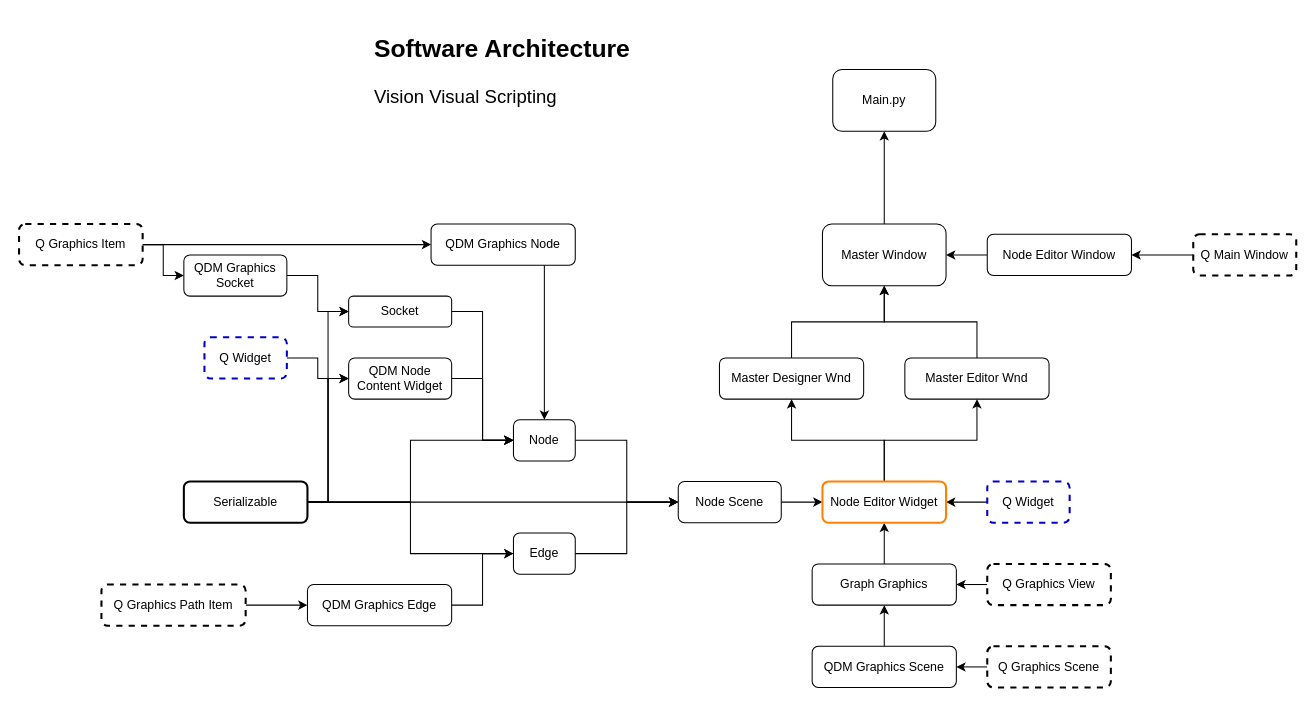
Earlier version of the draw.io diagram VVS Architecture.drawio (Sheriff99yt/Vision_Visual_Scripting). Source tidied: cells renumbered, new cells numbered last; positions are measured from the earlier drawing's top-left corner, leaving out a move shared by most shapes. Both pictures are drawn from the tidied source at 103%, with x=0, y=0 at pixel (19, 28).
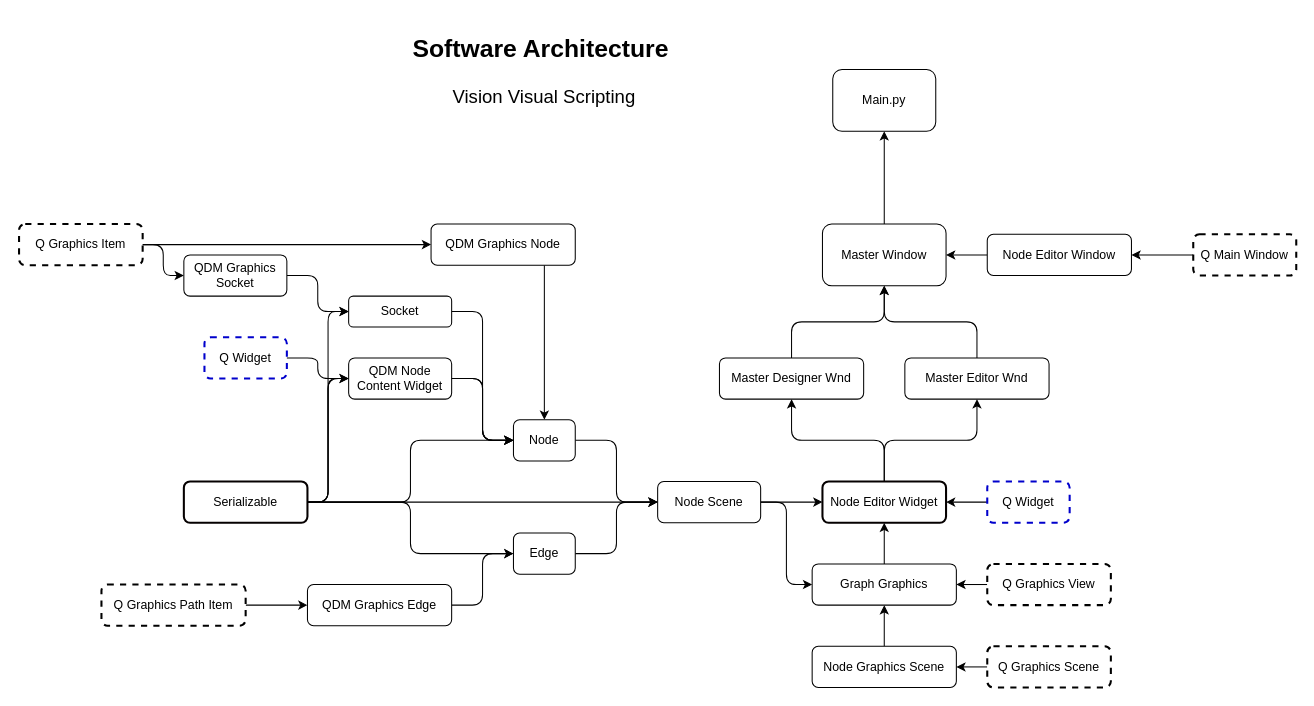
Above is the later version.

The change refers to these unchanged cells:
```xml
<mxCell id="4" value="Main.py" style="rounded=1;whiteSpace=wrap;html=1;strokeWidth=1;" parent="1" vertex="1">
  <mxGeometry x="790" y="40" width="100" height="60" as="geometry" />
</mxCell>
<mxCell id="6" value="Master Window" style="whiteSpace=wrap;html=1;rounded=1;strokeWidth=1;" parent="1" vertex="1">
  <mxGeometry x="780" y="190" width="120" height="60" as="geometry" />
</mxCell>
<mxCell id="8" value="Node Editor Window" style="whiteSpace=wrap;html=1;rounded=1;strokeWidth=1;" parent="1" vertex="1">
  <mxGeometry x="940" y="200" width="140" height="40" as="geometry" />
</mxCell>
<mxCell id="9" value="Q Main Window" style="whiteSpace=wrap;html=1;rounded=1;strokeWidth=2;dashed=1;" parent="1" vertex="1">
  <mxGeometry x="1140" y="200" width="100" height="40" as="geometry" />
</mxCell>
<mxCell id="16" value="Q Widget" style="whiteSpace=wrap;html=1;rounded=1;strokeWidth=2;dashed=1;strokeColor=#0000CC;" parent="1" vertex="1">
  <mxGeometry x="180" y="300" width="80" height="40" as="geometry" />
</mxCell>
<mxCell id="22" value="Graph Graphics" style="whiteSpace=wrap;html=1;rounded=1;strokeWidth=1;" parent="1" vertex="1">
  <mxGeometry x="770" y="520" width="140" height="40" as="geometry" />
</mxCell>
<mxCell id="23" value="Serializable" style="whiteSpace=wrap;html=1;rounded=1;strokeWidth=2;strokeColor=#050000;" parent="1" vertex="1">
  <mxGeometry x="160" y="440" width="120" height="40" as="geometry" />
</mxCell>
<mxCell id="24" value="Q Graphics View" style="whiteSpace=wrap;html=1;rounded=1;strokeWidth=2;dashed=1;" parent="1" vertex="1">
  <mxGeometry x="940" y="520" width="120" height="40" as="geometry" />
</mxCell>
<mxCell id="32" value="Node" style="whiteSpace=wrap;html=1;rounded=1;strokeWidth=1;" parent="1" vertex="1">
  <mxGeometry x="480" y="380" width="60" height="40" as="geometry" />
</mxCell>
<mxCell id="34" value="QDM Graphics Node" style="rounded=1;whiteSpace=wrap;html=1;strokeWidth=1;" parent="1" vertex="1">
  <mxGeometry x="400" y="190" width="140" height="40" as="geometry" />
</mxCell>
<mxCell id="39" value="Socket" style="rounded=1;whiteSpace=wrap;html=1;strokeWidth=1;" parent="1" vertex="1">
  <mxGeometry x="320" y="260" width="100" height="30" as="geometry" />
</mxCell>
<mxCell id="40" value="Q Graphics Item" style="whiteSpace=wrap;html=1;rounded=1;strokeWidth=2;dashed=1;" parent="1" vertex="1">
  <mxGeometry y="190" width="120" height="40" as="geometry" />
</mxCell>
<mxCell id="42" value="QDM Graphics Socket" style="whiteSpace=wrap;html=1;rounded=1;strokeWidth=1;" parent="1" vertex="1">
  <mxGeometry x="160" y="220" width="100" height="40" as="geometry" />
</mxCell>
<mxCell id="46" value="Edge" style="whiteSpace=wrap;html=1;rounded=1;strokeWidth=1;" parent="1" vertex="1">
  <mxGeometry x="480" y="490" width="60" height="40" as="geometry" />
</mxCell>
<mxCell id="48" value="QDM Graphics Edge" style="whiteSpace=wrap;html=1;rounded=1;strokeWidth=1;" parent="1" vertex="1">
  <mxGeometry x="280" y="540" width="140" height="40" as="geometry" />
</mxCell>
<mxCell id="49" value="Q Graphics Path Item" style="whiteSpace=wrap;html=1;rounded=1;strokeWidth=2;dashed=1;" parent="1" vertex="1">
  <mxGeometry x="80" y="540" width="140" height="40" as="geometry" />
</mxCell>
<mxCell id="50" value="Q Widget" style="whiteSpace=wrap;html=1;rounded=1;strokeWidth=2;dashed=1;strokeColor=#0000CC;" parent="1" vertex="1">
  <mxGeometry x="940" y="440" width="80" height="40" as="geometry" />
</mxCell>
<mxCell id="51" value="QDM Node Content Widget" style="rounded=1;whiteSpace=wrap;html=1;strokeWidth=1;" parent="1" vertex="1">
  <mxGeometry x="320" y="320" width="100" height="40" as="geometry" />
</mxCell>
<mxCell id="53" value="Q Graphics Scene" style="whiteSpace=wrap;html=1;rounded=1;strokeWidth=2;dashed=1;" parent="1" vertex="1">
  <mxGeometry x="940" y="600" width="120" height="40" as="geometry" />
</mxCell>
<mxCell id="55" value="Master Editor Wnd" style="rounded=1;whiteSpace=wrap;html=1;" parent="1" vertex="1">
  <mxGeometry x="860" y="320" width="140" height="40" as="geometry" />
</mxCell>
<mxCell id="57" value="Master Designer Wnd" style="rounded=1;whiteSpace=wrap;html=1;" parent="1" vertex="1">
  <mxGeometry x="680" y="320" width="140" height="40" as="geometry" />
</mxCell>
```

What changed in the source:
```diff
@@
-    <mxCell id="2" value="&lt;h1&gt;Software Architecture&amp;nbsp;&lt;/h1&gt;&lt;h1&gt;&lt;font style=&quot;font-size: 18px ; font-weight: normal&quot;&gt;Vision Visual Scripting&lt;/font&gt;&lt;/h1&gt;" style="text;html=1;strokeColor=none;fillColor=none;spacing=5;spacingTop=-20;whiteSpace=wrap;overflow=hidden;rounded=0;strokeWidth=1;" parent="1" vertex="1">
+    <mxCell id="2" value="&lt;h1&gt;Software Architecture&amp;nbsp;&lt;/h1&gt;&lt;h1&gt;&lt;font style=&quot;font-size: 18px ; font-weight: normal&quot;&gt;Vision Visual Scripting&lt;/font&gt;&lt;/h1&gt;" style="text;html=1;strokeColor=none;fillColor=none;spacing=5;spacingTop=-20;whiteSpace=wrap;overflow=hidden;rounded=0;strokeWidth=1;align=center;" parent="1" vertex="1">
       <mxGeometry x="340" width="340" height="110" as="geometry" />
     </mxCell>
-    <mxCell id="3" style="rounded=0;jettySize=auto;html=1;endArrow=none;endFill=0;startArrow=classic;startFill=1;strokeWidth=1;" parent="1" edge="1" source="4" target="6">
+    <mxCell id="3" style="jettySize=auto;html=1;endArrow=none;endFill=0;startArrow=classic;startFill=1;strokeWidth=1;jumpStyle=none;rounded=1;jumpSize=6;startSize=6;endSize=6;" parent="1" edge="1" source="4" target="6">
       <mxGeometry relative="1" as="geometry" />
     </mxCell>
@@
-    <mxCell id="5" style="rounded=0;jettySize=auto;html=1;jumpSize=6;jumpStyle=none;targetPerimeterSpacing=0;strokeWidth=1;" parent="1" edge="1" source="8" target="6">
-      <mxGeometry relative="1" as="geometry" />
-    </mxCell>
@@
-    <mxCell id="7" style="rounded=0;jettySize=auto;html=1;startArrow=classic;startFill=1;endArrow=none;endFill=0;strokeWidth=1;edgeStyle=elbowEdgeStyle;" parent="1" edge="1" source="8" target="9">
+    <mxCell id="7" style="jettySize=auto;html=1;startArrow=classic;startFill=1;endArrow=none;endFill=0;strokeWidth=1;edgeStyle=elbowEdgeStyle;jumpStyle=none;rounded=1;jumpSize=6;startSize=6;endSize=6;" parent="1" edge="1" source="8" target="9">
       <mxGeometry relative="1" as="geometry" />
     </mxCell>
+    <mxCell id="5" style="edgeStyle=elbowEdgeStyle;jettySize=auto;html=1;fontSize=18;endArrow=classic;endFill=1;jumpStyle=none;rounded=1;jumpSize=6;startSize=6;endSize=6;" parent="1" edge="1" source="8" target="6">
+      <mxGeometry relative="1" as="geometry" />
+    </mxCell>
@@
-    <mxCell id="10" style="rounded=0;jettySize=auto;html=1;startArrow=classic;startFill=1;endArrow=none;endFill=0;strokeWidth=1;edgeStyle=elbowEdgeStyle;" parent="1" edge="1" source="15" target="19">
+    <mxCell id="10" style="jettySize=auto;html=1;startArrow=classic;startFill=1;endArrow=none;endFill=0;strokeWidth=1;edgeStyle=elbowEdgeStyle;jumpStyle=none;rounded=1;jumpSize=6;startSize=6;endSize=6;" parent="1" edge="1" source="15" target="19">
       <mxGeometry relative="1" as="geometry" />
     </mxCell>
-    <mxCell id="11" style="rounded=0;jettySize=auto;html=1;startArrow=classic;startFill=1;endArrow=none;endFill=0;strokeWidth=1;" parent="1" edge="1" source="15" target="22">
+    <mxCell id="11" style="jettySize=auto;html=1;startArrow=classic;startFill=1;endArrow=none;endFill=0;strokeWidth=1;jumpStyle=none;rounded=1;jumpSize=6;startSize=6;endSize=6;" parent="1" edge="1" source="15" target="22">
       <mxGeometry relative="1" as="geometry" />
     </mxCell>
-    <mxCell id="12" style="edgeStyle=elbowEdgeStyle;rounded=0;jumpStyle=none;jumpSize=6;jettySize=auto;html=1;startArrow=classic;startFill=1;endArrow=none;endFill=0;targetPerimeterSpacing=0;strokeWidth=1;" parent="1" edge="1" source="15" target="50">
+    <mxCell id="12" style="edgeStyle=elbowEdgeStyle;jumpStyle=none;jumpSize=6;jettySize=auto;html=1;startArrow=classic;startFill=1;endArrow=none;endFill=0;targetPerimeterSpacing=0;strokeWidth=1;rounded=1;startSize=6;endSize=6;" parent="1" edge="1" source="15" target="50">
       <mxGeometry relative="1" as="geometry" />
     </mxCell>
-    <mxCell id="13" style="edgeStyle=elbowEdgeStyle;rounded=0;jettySize=auto;elbow=vertical;html=1;fontSize=18;endArrow=classic;endFill=1;" parent="1" edge="1" source="15" target="57">
+    <mxCell id="13" style="edgeStyle=elbowEdgeStyle;jettySize=auto;elbow=vertical;html=1;fontSize=18;endArrow=classic;endFill=1;jumpStyle=none;rounded=1;jumpSize=6;startSize=6;endSize=6;" parent="1" edge="1" source="15" target="57">
       <mxGeometry relative="1" as="geometry" />
     </mxCell>
-    <mxCell id="14" style="edgeStyle=elbowEdgeStyle;rounded=0;jettySize=auto;elbow=vertical;html=1;fontSize=18;endArrow=classic;endFill=1;" parent="1" edge="1" source="15" target="55">
+    <mxCell id="14" style="edgeStyle=elbowEdgeStyle;jettySize=auto;elbow=vertical;html=1;fontSize=18;endArrow=classic;endFill=1;jumpStyle=none;rounded=1;jumpSize=6;startSize=6;endSize=6;" parent="1" edge="1" source="15" target="55">
       <mxGeometry relative="1" as="geometry" />
     </mxCell>
-    <mxCell id="15" value="Node Editor Widget" style="whiteSpace=wrap;html=1;rounded=1;strokeWidth=2;strokeColor=#FF8000;" parent="1" vertex="1">
+    <mxCell id="15" value="Node Editor Widget" style="whiteSpace=wrap;html=1;rounded=1;strokeWidth=2;strokeColor=#050000;" parent="1" vertex="1">
       <mxGeometry x="780" y="440" width="120" height="40" as="geometry" />
     </mxCell>
@@
-    <mxCell id="17" style="edgeStyle=elbowEdgeStyle;rounded=0;jumpStyle=none;jumpSize=6;jettySize=auto;html=1;startArrow=classic;startFill=1;endArrow=none;endFill=0;endSize=12;targetPerimeterSpacing=0;strokeWidth=1;" parent="1" edge="1" source="19" target="32">
+    <mxCell id="17" style="edgeStyle=elbowEdgeStyle;jumpStyle=none;jumpSize=6;jettySize=auto;html=1;startArrow=classic;startFill=1;endArrow=none;endFill=0;endSize=6;targetPerimeterSpacing=0;strokeWidth=1;rounded=1;startSize=6;" parent="1" edge="1" source="19" target="32">
       <mxGeometry relative="1" as="geometry" />
     </mxCell>
-    <mxCell id="18" style="edgeStyle=elbowEdgeStyle;rounded=0;jumpStyle=none;jumpSize=6;jettySize=auto;html=1;startArrow=classic;startFill=1;endArrow=none;endFill=0;targetPerimeterSpacing=0;strokeWidth=1;" parent="1" edge="1" source="19" target="23">
+    <mxCell id="18" style="edgeStyle=elbowEdgeStyle;jumpStyle=none;jumpSize=6;jettySize=auto;html=1;startArrow=classic;startFill=1;endArrow=none;endFill=0;targetPerimeterSpacing=0;strokeWidth=1;rounded=1;startSize=6;endSize=6;" parent="1" edge="1" source="19" target="23">
       <mxGeometry relative="1" as="geometry" />
     </mxCell>
+    <mxCell id="58" style="edgeStyle=elbowEdgeStyle;jettySize=auto;html=1;fontSize=18;endArrow=classic;endFill=1;jumpStyle=none;rounded=1;jumpSize=6;startSize=6;endSize=6;" parent="1" edge="1" source="19" target="22">
+      <mxGeometry relative="1" as="geometry" />
+    </mxCell>
     <mxCell id="19" value="Node Scene" style="whiteSpace=wrap;html=1;rounded=1;strokeWidth=1;" parent="1" vertex="1">
-      <mxGeometry x="640" y="440" width="100" height="40" as="geometry" />
+      <mxGeometry x="620" y="440" width="100" height="40" as="geometry" />
     </mxCell>
-    <mxCell id="20" style="rounded=0;jettySize=auto;html=1;startArrow=classic;startFill=1;endArrow=none;endFill=0;strokeWidth=1;" parent="1" edge="1" source="22" target="24">
+    <mxCell id="20" style="jettySize=auto;html=1;startArrow=classic;startFill=1;endArrow=none;endFill=0;strokeWidth=1;jumpStyle=none;rounded=1;jumpSize=6;startSize=6;endSize=6;" parent="1" edge="1" source="22" target="24">
       <mxGeometry relative="1" as="geometry" />
     </mxCell>
-    <mxCell id="21" style="rounded=0;jettySize=auto;html=1;startArrow=classic;startFill=1;endArrow=none;endFill=0;strokeWidth=1;" parent="1" edge="1" source="22" target="26">
+    <mxCell id="21" style="jettySize=auto;html=1;startArrow=classic;startFill=1;endArrow=none;endFill=0;strokeWidth=1;jumpStyle=none;rounded=1;jumpSize=6;startSize=6;endSize=6;" parent="1" edge="1" source="22" target="26">
       <mxGeometry relative="1" as="geometry" />
     </mxCell>
@@
-    <mxCell id="25" style="edgeStyle=elbowEdgeStyle;rounded=0;jumpStyle=none;jumpSize=6;jettySize=auto;html=1;startArrow=classic;startFill=1;endArrow=none;endFill=0;targetPerimeterSpacing=0;strokeWidth=1;" parent="1" edge="1" source="26" target="53">
+    <mxCell id="25" style="edgeStyle=elbowEdgeStyle;jumpStyle=none;jumpSize=6;jettySize=auto;html=1;startArrow=classic;startFill=1;endArrow=none;endFill=0;targetPerimeterSpacing=0;strokeWidth=1;rounded=1;startSize=6;endSize=6;" parent="1" edge="1" source="26" target="53">
       <mxGeometry relative="1" as="geometry" />
     </mxCell>
-    <mxCell id="26" value="QDM Graphics Scene" style="whiteSpace=wrap;html=1;rounded=1;strokeWidth=1;" parent="1" vertex="1">
+    <mxCell id="26" value="Node Graphics Scene" style="whiteSpace=wrap;html=1;rounded=1;strokeWidth=1;" parent="1" vertex="1">
       <mxGeometry x="770" y="600" width="140" height="40" as="geometry" />
     </mxCell>
-    <mxCell id="27" style="rounded=0;jumpStyle=none;jumpSize=6;jettySize=auto;html=1;startArrow=none;startFill=1;endArrow=none;endFill=0;endSize=12;targetPerimeterSpacing=0;strokeWidth=1;edgeStyle=elbowEdgeStyle;" parent="1" edge="1" source="51" target="23">
+    <mxCell id="27" style="jumpStyle=none;jumpSize=6;jettySize=auto;html=1;startArrow=none;startFill=1;endArrow=none;endFill=0;endSize=6;targetPerimeterSpacing=0;strokeWidth=1;edgeStyle=elbowEdgeStyle;rounded=1;startSize=6;" parent="1" edge="1" source="51" target="23">
       <mxGeometry relative="1" as="geometry" />
     </mxCell>
-    <mxCell id="28" style="edgeStyle=elbowEdgeStyle;rounded=0;jumpStyle=none;jumpSize=6;jettySize=auto;html=1;startArrow=classic;startFill=1;endArrow=none;endFill=0;endSize=12;targetPerimeterSpacing=0;strokeWidth=1;" parent="1" edge="1" source="32" target="34">
+    <mxCell id="28" style="edgeStyle=elbowEdgeStyle;jumpStyle=none;jumpSize=6;jettySize=auto;html=1;startArrow=classic;startFill=1;endArrow=none;endFill=0;endSize=6;targetPerimeterSpacing=0;strokeWidth=1;rounded=1;startSize=6;" parent="1" edge="1" source="32" target="34">
       <mxGeometry relative="1" as="geometry" />
     </mxCell>
-    <mxCell id="29" style="rounded=0;jumpStyle=none;jumpSize=6;jettySize=auto;html=1;startArrow=classic;startFill=1;endArrow=none;endFill=0;endSize=12;targetPerimeterSpacing=0;strokeWidth=1;edgeStyle=elbowEdgeStyle;" parent="1" edge="1" source="32" target="51">
+    <mxCell id="29" style="jumpStyle=none;jumpSize=6;jettySize=auto;html=1;startArrow=classic;startFill=1;endArrow=none;endFill=0;endSize=6;targetPerimeterSpacing=0;strokeWidth=1;edgeStyle=elbowEdgeStyle;rounded=1;startSize=6;" parent="1" edge="1" source="32" target="51">
       <mxGeometry relative="1" as="geometry" />
     </mxCell>
-    <mxCell id="30" style="rounded=0;jumpStyle=none;jumpSize=6;jettySize=auto;html=1;startArrow=classic;startFill=1;endArrow=none;endFill=0;targetPerimeterSpacing=0;strokeWidth=1;edgeStyle=elbowEdgeStyle;" parent="1" edge="1" source="32" target="39">
+    <mxCell id="30" style="jumpStyle=none;jumpSize=6;jettySize=auto;html=1;startArrow=classic;startFill=1;endArrow=none;endFill=0;targetPerimeterSpacing=0;strokeWidth=1;edgeStyle=elbowEdgeStyle;rounded=1;startSize=6;endSize=6;" parent="1" edge="1" source="32" target="39">
       <mxGeometry relative="1" as="geometry" />
     </mxCell>
-    <mxCell id="31" style="edgeStyle=elbowEdgeStyle;rounded=0;jumpStyle=none;jumpSize=6;jettySize=auto;html=1;startArrow=classic;startFill=1;endArrow=none;endFill=0;targetPerimeterSpacing=0;strokeWidth=1;" parent="1" edge="1" source="32" target="23">
+    <mxCell id="31" style="edgeStyle=elbowEdgeStyle;jumpStyle=none;jumpSize=6;jettySize=auto;html=1;startArrow=classic;startFill=1;endArrow=none;endFill=0;targetPerimeterSpacing=0;strokeWidth=1;rounded=1;startSize=6;endSize=6;" parent="1" edge="1" source="32" target="23">
       <mxGeometry relative="1" as="geometry" />
     </mxCell>
@@
-    <mxCell id="33" style="edgeStyle=elbowEdgeStyle;rounded=0;jumpStyle=none;jumpSize=6;jettySize=auto;html=1;startArrow=classic;startFill=1;endArrow=none;endFill=0;endSize=12;targetPerimeterSpacing=0;strokeWidth=1;" parent="1" edge="1" source="34" target="40">
+    <mxCell id="33" style="edgeStyle=elbowEdgeStyle;jumpStyle=none;jumpSize=6;jettySize=auto;html=1;startArrow=classic;startFill=1;endArrow=none;endFill=0;endSize=6;targetPerimeterSpacing=0;strokeWidth=1;rounded=1;startSize=6;" parent="1" edge="1" source="34" target="40">
       <mxGeometry relative="1" as="geometry" />
     </mxCell>
@@
-    <mxCell id="35" style="edgeStyle=elbowEdgeStyle;rounded=0;jumpStyle=none;jumpSize=6;jettySize=auto;html=1;startArrow=classic;startFill=1;endArrow=none;endFill=0;endSize=12;targetPerimeterSpacing=0;strokeWidth=1;" parent="1" edge="1" source="51" target="16">
+    <mxCell id="35" style="edgeStyle=elbowEdgeStyle;jumpStyle=none;jumpSize=6;jettySize=auto;html=1;startArrow=classic;startFill=1;endArrow=none;endFill=0;endSize=6;targetPerimeterSpacing=0;strokeWidth=1;rounded=1;startSize=6;" parent="1" edge="1" source="51" target="16">
       <mxGeometry relative="1" as="geometry" />
     </mxCell>
-    <mxCell id="36" style="rounded=0;jumpStyle=none;jumpSize=6;jettySize=auto;html=1;startArrow=classic;startFill=1;endArrow=none;endFill=0;endSize=12;targetPerimeterSpacing=0;strokeWidth=1;edgeStyle=elbowEdgeStyle;" parent="1" edge="1" source="51" target="23">
+    <mxCell id="36" style="jumpStyle=none;jumpSize=6;jettySize=auto;html=1;startArrow=classic;startFill=1;endArrow=none;endFill=0;endSize=6;targetPerimeterSpacing=0;strokeWidth=1;edgeStyle=elbowEdgeStyle;rounded=1;startSize=6;" parent="1" edge="1" source="51" target="23">
       <mxGeometry relative="1" as="geometry" />
     </mxCell>
-    <mxCell id="37" style="rounded=0;jumpStyle=none;jumpSize=6;jettySize=auto;html=1;startArrow=classic;startFill=1;endArrow=none;endFill=0;endSize=12;targetPerimeterSpacing=0;strokeWidth=1;edgeStyle=elbowEdgeStyle;" parent="1" edge="1" source="39" target="23">
+    <mxCell id="37" style="jumpStyle=none;jumpSize=6;jettySize=auto;html=1;startArrow=classic;startFill=1;endArrow=none;endFill=0;endSize=6;targetPerimeterSpacing=0;strokeWidth=1;edgeStyle=elbowEdgeStyle;rounded=1;startSize=6;" parent="1" edge="1" source="39" target="23">
       <mxGeometry relative="1" as="geometry" />
     </mxCell>
-    <mxCell id="38" style="edgeStyle=elbowEdgeStyle;rounded=0;jumpStyle=none;jumpSize=6;jettySize=auto;html=1;startArrow=classic;startFill=1;endArrow=none;endFill=0;targetPerimeterSpacing=0;strokeWidth=1;" parent="1" edge="1" source="39" target="42">
+    <mxCell id="38" style="edgeStyle=elbowEdgeStyle;jumpStyle=none;jumpSize=6;jettySize=auto;html=1;startArrow=classic;startFill=1;endArrow=none;endFill=0;targetPerimeterSpacing=0;strokeWidth=1;rounded=1;startSize=6;endSize=6;" parent="1" edge="1" source="39" target="42">
       <mxGeometry relative="1" as="geometry" />
     </mxCell>
@@
-    <mxCell id="41" style="edgeStyle=elbowEdgeStyle;rounded=0;jumpStyle=none;jumpSize=6;jettySize=auto;html=1;startArrow=classic;startFill=1;endArrow=none;endFill=0;targetPerimeterSpacing=0;strokeWidth=1;" parent="1" edge="1" source="42" target="40">
+    <mxCell id="41" style="edgeStyle=elbowEdgeStyle;jumpStyle=none;jumpSize=6;jettySize=auto;html=1;startArrow=classic;startFill=1;endArrow=none;endFill=0;targetPerimeterSpacing=0;strokeWidth=1;rounded=1;startSize=6;endSize=6;" parent="1" edge="1" source="42" target="40">
       <mxGeometry relative="1" as="geometry" />
     </mxCell>
@@
-    <mxCell id="43" style="edgeStyle=elbowEdgeStyle;rounded=0;jumpStyle=none;jumpSize=6;jettySize=auto;html=1;startArrow=classic;startFill=1;endArrow=none;endFill=0;strokeWidth=1;sourcePerimeterSpacing=0;" parent="1" edge="1" source="19" target="46">
+    <mxCell id="43" style="edgeStyle=elbowEdgeStyle;jumpStyle=none;jumpSize=6;jettySize=auto;html=1;startArrow=classic;startFill=1;endArrow=none;endFill=0;strokeWidth=1;sourcePerimeterSpacing=0;rounded=1;startSize=6;endSize=6;" parent="1" edge="1" source="19" target="46">
       <mxGeometry relative="1" as="geometry" />
     </mxCell>
-    <mxCell id="44" style="edgeStyle=elbowEdgeStyle;rounded=0;jumpStyle=none;jumpSize=6;jettySize=auto;html=1;startArrow=classic;startFill=1;endArrow=none;endFill=0;targetPerimeterSpacing=0;strokeWidth=1;" parent="1" edge="1" source="46" target="48">
+    <mxCell id="44" style="edgeStyle=elbowEdgeStyle;jumpStyle=none;jumpSize=6;jettySize=auto;html=1;startArrow=classic;startFill=1;endArrow=none;endFill=0;targetPerimeterSpacing=0;strokeWidth=1;rounded=1;startSize=6;endSize=6;" parent="1" edge="1" source="46" target="48">
       <mxGeometry relative="1" as="geometry" />
     </mxCell>
-    <mxCell id="45" style="edgeStyle=elbowEdgeStyle;rounded=0;jumpStyle=none;jumpSize=6;jettySize=auto;html=1;startArrow=classic;startFill=1;endArrow=none;endFill=0;targetPerimeterSpacing=0;strokeWidth=1;" parent="1" edge="1" source="46" target="23">
+    <mxCell id="45" style="edgeStyle=elbowEdgeStyle;jumpStyle=none;jumpSize=6;jettySize=auto;html=1;startArrow=classic;startFill=1;endArrow=none;endFill=0;targetPerimeterSpacing=0;strokeWidth=1;rounded=1;startSize=6;endSize=6;" parent="1" edge="1" source="46" target="23">
       <mxGeometry relative="1" as="geometry" />
     </mxCell>
@@
-    <mxCell id="47" style="edgeStyle=elbowEdgeStyle;rounded=0;jumpStyle=none;jumpSize=6;jettySize=auto;html=1;startArrow=classic;startFill=1;endArrow=none;endFill=0;targetPerimeterSpacing=0;strokeWidth=1;" parent="1" edge="1" source="48" target="49">
+    <mxCell id="47" style="edgeStyle=elbowEdgeStyle;jumpStyle=none;jumpSize=6;jettySize=auto;html=1;startArrow=classic;startFill=1;endArrow=none;endFill=0;targetPerimeterSpacing=0;strokeWidth=1;rounded=1;startSize=6;endSize=6;" parent="1" edge="1" source="48" target="49">
       <mxGeometry relative="1" as="geometry" />
     </mxCell>
@@
-    <mxCell id="52" style="rounded=0;jumpStyle=none;jumpSize=6;jettySize=auto;html=1;startArrow=classic;startFill=1;endArrow=none;endFill=0;endSize=12;strokeWidth=1;edgeStyle=elbowEdgeStyle;" parent="1" edge="1" source="32" target="51">
+    <mxCell id="52" style="jumpStyle=none;jumpSize=6;jettySize=auto;html=1;startArrow=classic;startFill=1;endArrow=none;endFill=0;endSize=6;strokeWidth=1;edgeStyle=elbowEdgeStyle;rounded=1;startSize=6;" parent="1" edge="1" source="32" target="51">
       <mxGeometry relative="1" as="geometry" />
     </mxCell>
@@
-    <mxCell id="54" style="edgeStyle=elbowEdgeStyle;rounded=0;jettySize=auto;html=1;endArrow=classic;endFill=1;elbow=vertical;" parent="1" edge="1" source="55" target="6">
+    <mxCell id="54" style="edgeStyle=elbowEdgeStyle;jettySize=auto;html=1;endArrow=classic;endFill=1;elbow=vertical;jumpStyle=none;rounded=1;jumpSize=6;startSize=6;endSize=6;" parent="1" edge="1" source="55" target="6">
       <mxGeometry relative="1" as="geometry" />
     </mxCell>
@@
-    <mxCell id="56" style="edgeStyle=elbowEdgeStyle;rounded=0;jettySize=auto;html=1;fontSize=18;endArrow=classic;endFill=1;elbow=vertical;" parent="1" edge="1" source="57" target="6">
+    <mxCell id="56" style="edgeStyle=elbowEdgeStyle;jettySize=auto;html=1;fontSize=18;endArrow=classic;endFill=1;elbow=vertical;jumpStyle=none;rounded=1;jumpSize=6;startSize=6;endSize=6;" parent="1" edge="1" source="57" target="6">
       <mxGeometry relative="1" as="geometry" />
     </mxCell>
```
